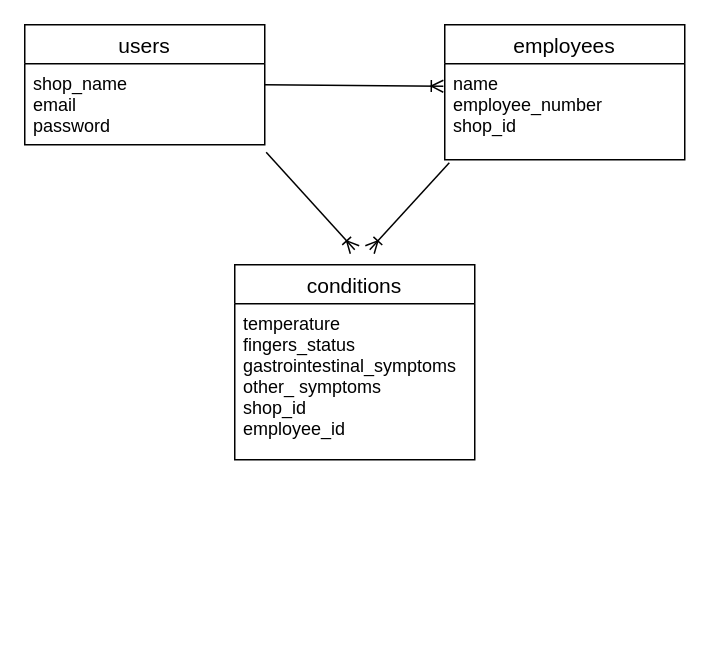
Earlier version of the draw.io diagram rakucheck.dio (KamiyamaShun/rakucheck). Source tidied: cells renumbered, new cells numbered last; positions are measured from the earlier drawing's top-left corner, leaving out a move shared by most shapes. Both pictures are drawn from the tidied source at 150%, with x=0, y=0 at pixel (24, 24).
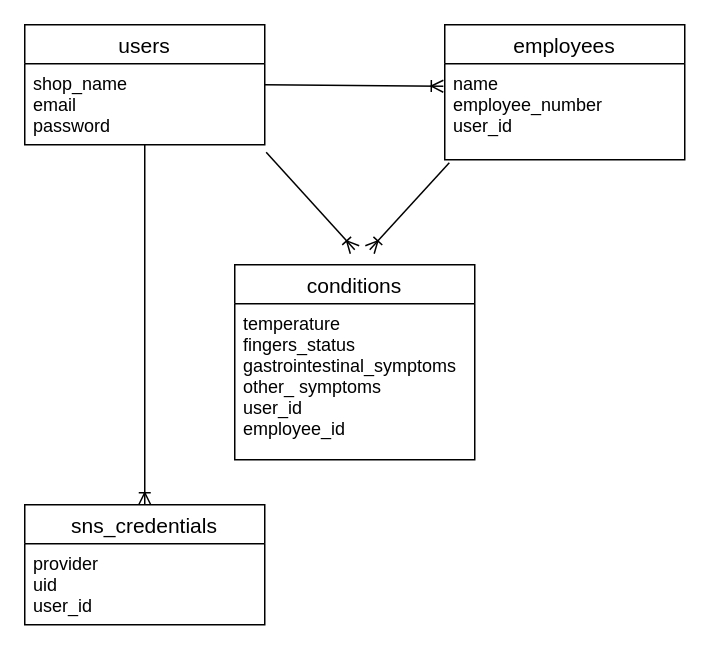
Above is the later version.

The edit, as a diff of the source:
```diff
@@
 <mxGraphModel>
   <root>
     <mxCell id="0" />
     <mxCell id="1" parent="0" />
     <mxCell id="2" value="users" style="swimlane;fontStyle=0;horizontal=1;startSize=26;align=center;fontSize=14;" parent="1" vertex="1">
       <mxGeometry width="160" height="80" as="geometry" />
     </mxCell>
     <mxCell id="3" value="shop_name&#10;email&#10;password&#10;" style="text;strokeColor=none;fillColor=none;spacingLeft=4;spacingRight=4;overflow=hidden;points=[[0,0.5],[1,0.5]];portConstraint=eastwest;fontSize=12;" parent="2" vertex="1">
       <mxGeometry y="26" width="160" height="54" as="geometry" />
     </mxCell>
     <mxCell id="4" value="employees" style="swimlane;fontStyle=0;horizontal=1;startSize=26;align=center;fontSize=14;" parent="1" vertex="1">
       <mxGeometry x="280" width="160" height="90" as="geometry" />
     </mxCell>
-    <mxCell id="5" value="name&#10;employee_number&#10;shop_id" style="text;strokeColor=none;fillColor=none;spacingLeft=4;spacingRight=4;overflow=hidden;points=[[0,0.5],[1,0.5]];portConstraint=eastwest;fontSize=12;" parent="4" vertex="1">
+    <mxCell id="5" value="name&#10;employee_number&#10;user_id" style="text;strokeColor=none;fillColor=none;spacingLeft=4;spacingRight=4;overflow=hidden;points=[[0,0.5],[1,0.5]];portConstraint=eastwest;fontSize=12;" parent="4" vertex="1">
       <mxGeometry y="26" width="160" height="64" as="geometry" />
     </mxCell>
     <mxCell id="6" style="fontSize=12;html=1;endArrow=ERoneToMany;entryX=-0.006;entryY=0.234;entryDx=0;entryDy=0;entryPerimeter=0;" parent="1" edge="1" target="5">
       <mxGeometry relative="1" as="geometry">
         <mxPoint x="160" y="40" as="sourcePoint" />
       </mxGeometry>
     </mxCell>
     <mxCell id="7" value="conditions" style="swimlane;fontStyle=0;horizontal=1;startSize=26;align=center;fontSize=14;" parent="1" vertex="1">
       <mxGeometry x="140" y="160" width="160" height="130" as="geometry" />
     </mxCell>
-    <mxCell id="8" value="temperature&#10;fingers_status&#10;gastrointestinal_symptoms&#10;other_ symptoms&#10;shop_id&#10;employee_id" style="text;strokeColor=none;fillColor=none;spacingLeft=4;spacingRight=4;overflow=hidden;fontSize=12;" parent="7" vertex="1">
+    <mxCell id="8" value="temperature&#10;fingers_status&#10;gastrointestinal_symptoms&#10;other_ symptoms&#10;user_id&#10;employee_id" style="text;strokeColor=none;fillColor=none;spacingLeft=4;spacingRight=4;overflow=hidden;fontSize=12;" parent="7" vertex="1">
       <mxGeometry y="26" width="160" height="104" as="geometry" />
     </mxCell>
     <mxCell id="9" style="fontSize=12;html=1;endArrow=ERoneToMany;exitX=0.019;exitY=1.031;exitDx=0;exitDy=0;exitPerimeter=0;" parent="1" edge="1" source="5">
       <mxGeometry relative="1" as="geometry">
         <mxPoint x="230" y="150" as="targetPoint" />
       </mxGeometry>
     </mxCell>
     <mxCell id="10" style="fontSize=12;html=1;endArrow=ERoneToMany;exitX=1.006;exitY=1.093;exitDx=0;exitDy=0;exitPerimeter=0;" parent="1" edge="1" source="3">
       <mxGeometry relative="1" as="geometry">
         <mxPoint x="220" y="150" as="targetPoint" />
       </mxGeometry>
     </mxCell>
+    <mxCell id="11" value="sns_credentials" style="swimlane;fontStyle=0;horizontal=1;startSize=26;align=center;fontSize=14;" parent="1" vertex="1">
+      <mxGeometry y="320" width="160" height="80" as="geometry" />
+    </mxCell>
+    <mxCell id="12" value="provider&#10;uid &#10;user_id" style="text;strokeColor=none;fillColor=none;spacingLeft=4;spacingRight=4;overflow=hidden;fontSize=12;" parent="11" vertex="1">
+      <mxGeometry y="26" width="160" height="54" as="geometry" />
+    </mxCell>
+    <mxCell id="13" style="fontSize=12;html=1;endArrow=ERoneToMany;exitX=0.5;exitY=1;exitDx=0;exitDy=0;exitPerimeter=0;entryX=0.5;entryY=0;entryDx=0;entryDy=0;" parent="1" edge="1" source="3" target="11">
+      <mxGeometry relative="1" as="geometry" />
+    </mxCell>
   </root>
 </mxGraphModel>
```
